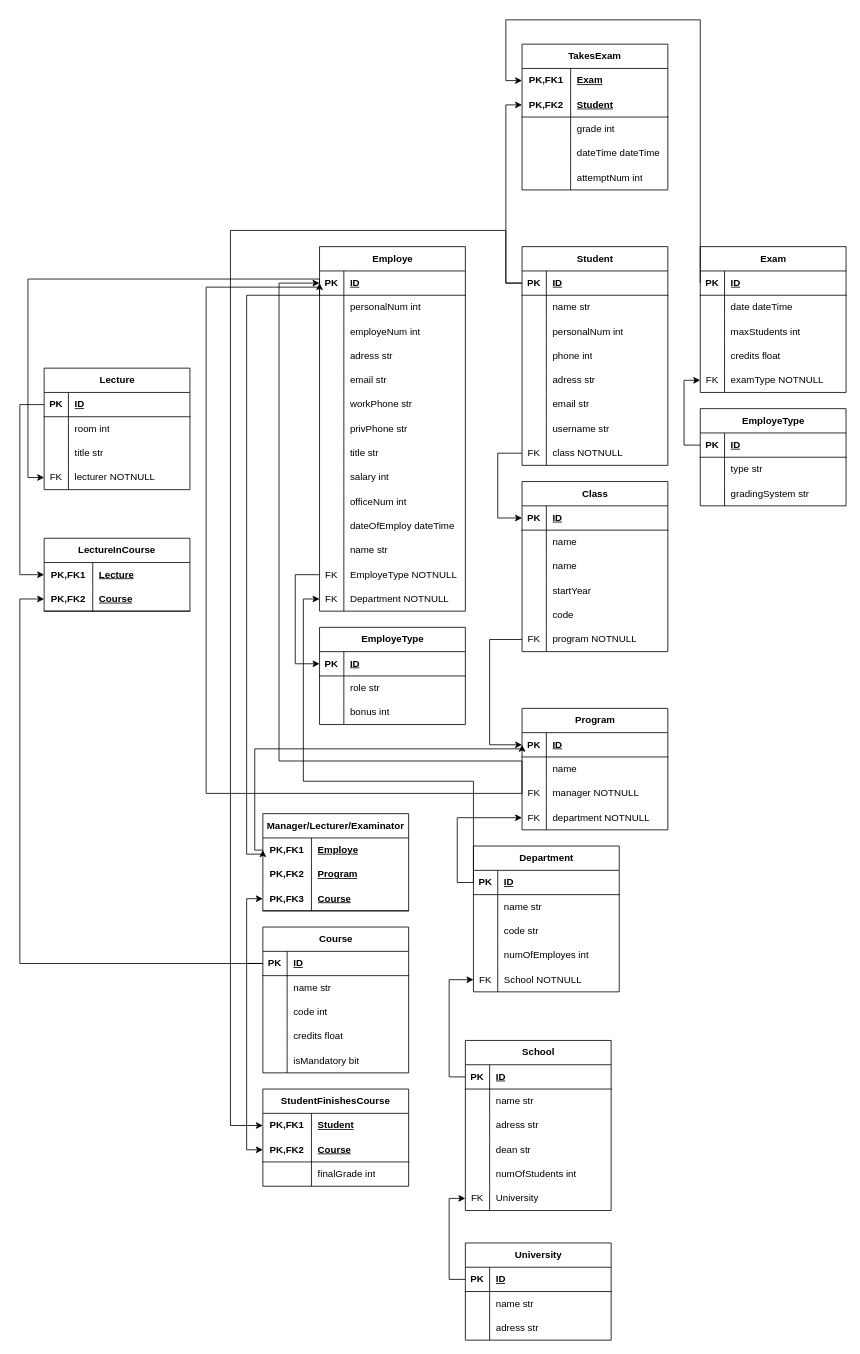
Above: Untitled Diagram.drawio in ekkecode/Blandat (draw.io), before the change. Source tidied: cells renumbered, new cells numbered last; positions are measured from the earlier drawing's top-left corner, leaving out a move shared by most shapes. Both pictures are drawn from the tidied source at 81%, with x=0, y=0 at pixel (19, 19).
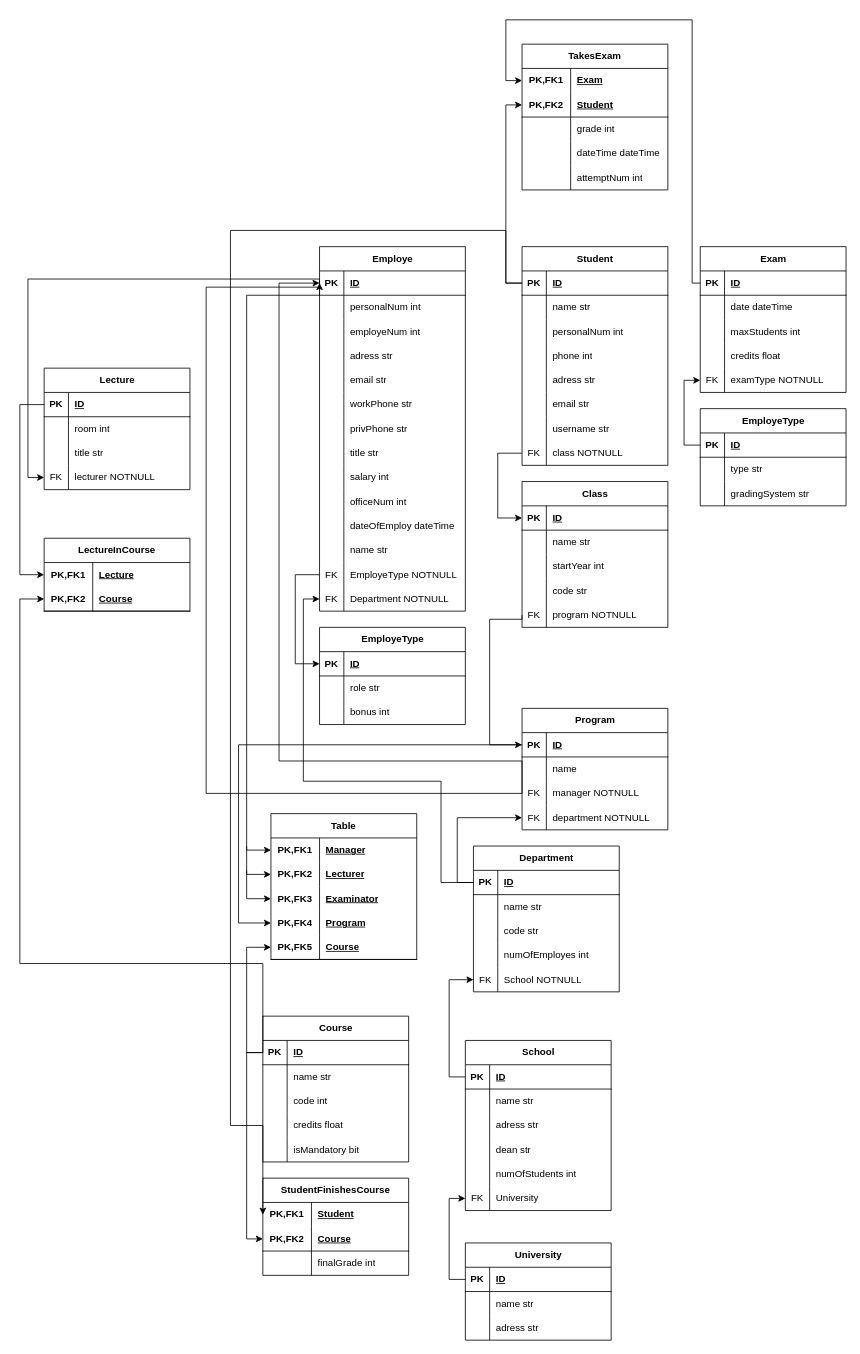
Above is the later version.

Unchanged cells that the change refers to:
```xml
<mxCell id="3" style="shape=tableRow;horizontal=0;startSize=0;swimlaneHead=0;swimlaneBody=0;fillColor=none;points=[[0,0.5],[1,0.5]];portConstraint=eastwest;top=0;left=0;right=0;bottom=1;" parent="2" vertex="1">
  <mxGeometry y="30" width="180" height="30" as="geometry" />
</mxCell>
<mxCell id="42" style="shape=tableRow;horizontal=0;startSize=0;swimlaneHead=0;swimlaneBody=0;fillColor=none;points=[[0,0.5],[1,0.5]];portConstraint=eastwest;top=0;left=0;right=0;bottom=0;" parent="2" vertex="1">
  <mxGeometry y="420" width="180" height="30" as="geometry" />
</mxCell>
<mxCell id="56" style="shape=tableRow;horizontal=0;startSize=0;swimlaneHead=0;swimlaneBody=0;fillColor=none;points=[[0,0.5],[1,0.5]];portConstraint=eastwest;top=0;left=0;right=0;bottom=1;" parent="55" vertex="1">
  <mxGeometry y="30" width="180" height="30" as="geometry" />
</mxCell>
<mxCell id="72" style="shape=tableRow;horizontal=0;startSize=0;swimlaneHead=0;swimlaneBody=0;fillColor=none;top=0;left=0;right=0;bottom=0;" parent="68" vertex="1">
  <mxGeometry y="60" width="180" height="30" as="geometry" />
</mxCell>
<mxCell id="116" style="shape=tableRow;horizontal=0;startSize=0;swimlaneHead=0;swimlaneBody=0;fillColor=none;points=[[0,0.5],[1,0.5]];portConstraint=eastwest;top=0;left=0;right=0;bottom=1;" parent="115" vertex="1">
  <mxGeometry y="30" width="180" height="30" as="geometry" />
</mxCell>
<mxCell id="143" style="shape=tableRow;horizontal=0;startSize=0;swimlaneHead=0;swimlaneBody=0;fillColor=none;points=[[0,0.5],[1,0.5]];portConstraint=eastwest;top=0;left=0;right=0;bottom=1;" parent="142" vertex="1">
  <mxGeometry y="30" width="180" height="30" as="geometry" />
</mxCell>
<mxCell id="174" style="shape=tableRow;horizontal=0;startSize=0;swimlaneHead=0;swimlaneBody=0;fillColor=none;points=[[0,0.5],[1,0.5]];portConstraint=eastwest;top=0;left=0;right=0;bottom=0;html=1;" parent="173" vertex="1">
  <mxGeometry y="30" width="180" height="30" as="geometry" />
</mxCell>
<mxCell id="227" style="shape=tableRow;horizontal=0;startSize=0;swimlaneHead=0;swimlaneBody=0;fillColor=none;points=[[0,0.5],[1,0.5]];portConstraint=eastwest;top=0;left=0;right=0;bottom=1;" parent="226" vertex="1">
  <mxGeometry y="30" width="180" height="30" as="geometry" />
</mxCell>
```

Change to the diagram source:
```diff
@@
     <mxCell id="68" value="Class" style="shape=table;startSize=30;childLayout=tableLayout;rowLines=0;fontStyle=1;align=center;html=1;" parent="1" vertex="1">
-      <mxGeometry x="620" y="570" width="180" height="210" as="geometry" />
+      <mxGeometry x="620" y="570" width="180" height="180" as="geometry" />
     </mxCell>
@@
-    <mxCell id="74" value="name" style="shape=partialRectangle;fillColor=none;top=0;left=0;bottom=0;right=0;align=left;spacingLeft=6;overflow=hidden;whiteSpace=wrap;html=1;" parent="72" vertex="1">
+    <mxCell id="74" value="name str" style="shape=partialRectangle;fillColor=none;top=0;left=0;bottom=0;right=0;align=left;spacingLeft=6;overflow=hidden;whiteSpace=wrap;html=1;" parent="72" vertex="1">
       <mxGeometry x="30" width="150" height="30" as="geometry" />
     </mxCell>
-    <mxCell id="75" style="shape=tableRow;horizontal=0;startSize=0;swimlaneHead=0;swimlaneBody=0;fillColor=none;top=0;left=0;right=0;bottom=0;" parent="68" vertex="1">
-      <mxGeometry y="90" width="180" height="30" as="geometry" />
-    </mxCell>
-    <mxCell id="76" style="shape=partialRectangle;fillColor=none;top=0;left=0;bottom=0;right=0;overflow=hidden;whiteSpace=wrap;html=1;" parent="75" vertex="1">
-      <mxGeometry width="30" height="30" as="geometry" />
-    </mxCell>
-    <mxCell id="77" value="name" style="shape=partialRectangle;fillColor=none;top=0;left=0;bottom=0;right=0;align=left;spacingLeft=6;overflow=hidden;whiteSpace=wrap;html=1;" parent="75" vertex="1">
-      <mxGeometry x="30" width="150" height="30" as="geometry" />
-    </mxCell>
     <mxCell id="78" style="shape=tableRow;horizontal=0;startSize=0;swimlaneHead=0;swimlaneBody=0;fillColor=none;top=0;left=0;right=0;bottom=0;" parent="68" vertex="1">
-      <mxGeometry y="120" width="180" height="30" as="geometry" />
+      <mxGeometry y="90" width="180" height="30" as="geometry" />
     </mxCell>
@@
-    <mxCell id="80" value="startYear" style="shape=partialRectangle;fillColor=none;top=0;left=0;bottom=0;right=0;align=left;spacingLeft=6;overflow=hidden;whiteSpace=wrap;html=1;" parent="78" vertex="1">
+    <mxCell id="80" value="startYear int" style="shape=partialRectangle;fillColor=none;top=0;left=0;bottom=0;right=0;align=left;spacingLeft=6;overflow=hidden;whiteSpace=wrap;html=1;" parent="78" vertex="1">
       <mxGeometry x="30" width="150" height="30" as="geometry" />
     </mxCell>
     <mxCell id="81" style="shape=tableRow;horizontal=0;startSize=0;swimlaneHead=0;swimlaneBody=0;fillColor=none;top=0;left=0;right=0;bottom=0;" parent="68" vertex="1">
-      <mxGeometry y="150" width="180" height="30" as="geometry" />
+      <mxGeometry y="120" width="180" height="30" as="geometry" />
     </mxCell>
@@
-    <mxCell id="83" value="code" style="shape=partialRectangle;fillColor=none;top=0;left=0;bottom=0;right=0;align=left;spacingLeft=6;overflow=hidden;whiteSpace=wrap;html=1;" parent="81" vertex="1">
+    <mxCell id="83" value="code str" style="shape=partialRectangle;fillColor=none;top=0;left=0;bottom=0;right=0;align=left;spacingLeft=6;overflow=hidden;whiteSpace=wrap;html=1;" parent="81" vertex="1">
       <mxGeometry x="30" width="150" height="30" as="geometry" />
     </mxCell>
     <mxCell id="84" style="shape=tableRow;horizontal=0;startSize=0;swimlaneHead=0;swimlaneBody=0;fillColor=none;points=[[0,0.5],[1,0.5]];portConstraint=eastwest;top=0;left=0;right=0;bottom=0;" parent="68" vertex="1">
-      <mxGeometry y="180" width="180" height="30" as="geometry" />
+      <mxGeometry y="150" width="180" height="30" as="geometry" />
     </mxCell>
@@
     <mxCell id="142" value="Course" style="shape=table;startSize=30;childLayout=tableLayout;rowLines=0;fontStyle=1;align=center;html=1;" parent="1" vertex="1">
-      <mxGeometry x="300" y="1120" width="180" height="180" as="geometry" />
+      <mxGeometry x="300" y="1230" width="180" height="180" as="geometry" />
     </mxCell>
@@
-    <mxCell id="158" value="Manager/Lecturer/Examinator" style="shape=table;startSize=30;childLayout=tableLayout;rowLines=0;fontStyle=1;align=center;html=1;whiteSpace=wrap;" parent="1" vertex="1">
-      <mxGeometry x="300" y="980" width="180" height="120" as="geometry" />
-    </mxCell>
-    <mxCell id="159" style="shape=tableRow;horizontal=0;startSize=0;swimlaneHead=0;swimlaneBody=0;fillColor=none;points=[[0,0.5],[1,0.5]];portConstraint=eastwest;top=0;left=0;right=0;bottom=0;html=1;" parent="158" vertex="1">
-      <mxGeometry y="30" width="180" height="30" as="geometry" />
-    </mxCell>
-    <mxCell id="160" value="PK,FK1" style="shape=partialRectangle;fillColor=none;top=0;left=0;bottom=0;right=0;fontStyle=1;overflow=hidden;html=1;whiteSpace=wrap;" parent="159" vertex="1">
-      <mxGeometry width="60" height="30" as="geometry" />
-    </mxCell>
-    <mxCell id="161" value="Employe" style="shape=partialRectangle;fillColor=none;top=0;left=0;bottom=0;right=0;align=left;spacingLeft=6;fontStyle=5;overflow=hidden;html=1;whiteSpace=wrap;" parent="159" vertex="1">
-      <mxGeometry x="60" width="120" height="30" as="geometry" />
-    </mxCell>
-    <mxCell id="162" style="shape=tableRow;horizontal=0;startSize=0;swimlaneHead=0;swimlaneBody=0;fillColor=none;points=[[0,0.5],[1,0.5]];portConstraint=eastwest;top=0;left=0;right=0;bottom=0;html=1;" parent="158" vertex="1">
-      <mxGeometry y="60" width="180" height="30" as="geometry" />
-    </mxCell>
-    <mxCell id="163" value="PK,FK2" style="shape=partialRectangle;fillColor=none;top=0;left=0;bottom=0;right=0;fontStyle=1;overflow=hidden;html=1;whiteSpace=wrap;" parent="162" vertex="1">
-      <mxGeometry width="60" height="30" as="geometry" />
-    </mxCell>
-    <mxCell id="164" value="Program" style="shape=partialRectangle;fillColor=none;top=0;left=0;bottom=0;right=0;align=left;spacingLeft=6;fontStyle=5;overflow=hidden;html=1;whiteSpace=wrap;" parent="162" vertex="1">
-      <mxGeometry x="60" width="120" height="30" as="geometry" />
-    </mxCell>
-    <mxCell id="165" style="shape=tableRow;horizontal=0;startSize=0;swimlaneHead=0;swimlaneBody=0;fillColor=none;points=[[0,0.5],[1,0.5]];portConstraint=eastwest;top=0;left=0;right=0;bottom=1;html=1;" parent="158" vertex="1">
-      <mxGeometry y="90" width="180" height="30" as="geometry" />
-    </mxCell>
-    <mxCell id="166" value="PK,FK3" style="shape=partialRectangle;fillColor=none;top=0;left=0;bottom=0;right=0;fontStyle=1;overflow=hidden;html=1;whiteSpace=wrap;" parent="165" vertex="1">
-      <mxGeometry width="60" height="30" as="geometry" />
-    </mxCell>
-    <mxCell id="167" value="Course" style="shape=partialRectangle;fillColor=none;top=0;left=0;bottom=0;right=0;align=left;spacingLeft=6;fontStyle=5;overflow=hidden;html=1;whiteSpace=wrap;" parent="165" vertex="1">
-      <mxGeometry x="60" width="120" height="30" as="geometry" />
-    </mxCell>
     <mxCell id="168" style="edgeStyle=orthogonalEdgeStyle;rounded=0;jettySize=auto;html=1;exitX=0;exitY=0.5;exitDx=0;exitDy=0;entryX=0;entryY=0.5;entryDx=0;entryDy=0;" parent="1" edge="1" source="3" target="159">
       <mxGeometry relative="1" as="geometry">
         <Array as="points">
           <mxPoint x="370" y="340" />
           <mxPoint x="280" y="340" />
-          <mxPoint x="280" y="1030" />
-          <mxPoint x="300" y="1030" />
+          <mxPoint x="280" y="1025" />
         </Array>
       </mxGeometry>
     </mxCell>
-    <mxCell id="169" style="edgeStyle=orthogonalEdgeStyle;rounded=0;jettySize=auto;html=1;exitX=0;exitY=0.5;exitDx=0;exitDy=0;entryX=0;entryY=0.5;entryDx=0;entryDy=0;" parent="1" edge="1" source="143" target="165">
-      <mxGeometry relative="1" as="geometry" />
-    </mxCell>
-    <mxCell id="170" style="edgeStyle=orthogonalEdgeStyle;rounded=0;jettySize=auto;html=1;exitX=0;exitY=0.5;exitDx=0;exitDy=0;entryX=0;entryY=0.5;entryDx=0;entryDy=0;" parent="1" edge="1" source="159" target="56">
-      <mxGeometry relative="1" as="geometry">
-        <Array as="points">
-          <mxPoint x="290" y="1025" />
-          <mxPoint x="290" y="900" />
-          <mxPoint x="620" y="900" />
-        </Array>
-      </mxGeometry>
-    </mxCell>
     <mxCell id="171" style="edgeStyle=orthogonalEdgeStyle;rounded=0;jettySize=auto;html=1;exitX=0;exitY=0.5;exitDx=0;exitDy=0;entryX=0;entryY=0.5;entryDx=0;entryDy=0;" parent="1" edge="1" source="84" target="56">
       <mxGeometry relative="1" as="geometry">
         <Array as="points">
-          <mxPoint x="580" y="765" />
+          <mxPoint x="620" y="740" />
+          <mxPoint x="580" y="740" />
           <mxPoint x="580" y="895" />
         </Array>
       </mxGeometry>
     </mxCell>
@@
     <mxCell id="189" style="edgeStyle=orthogonalEdgeStyle;rounded=0;jettySize=auto;html=1;exitX=0;exitY=0.5;exitDx=0;exitDy=0;entryX=0;entryY=0.5;entryDx=0;entryDy=0;" parent="1" edge="1" source="116" target="174">
       <mxGeometry relative="1" as="geometry">
         <Array as="points">
-          <mxPoint x="840" />
+          <mxPoint x="830" y="325" />
+          <mxPoint x="830" />
           <mxPoint x="600" />
           <mxPoint x="600" y="75" />
         </Array>
       </mxGeometry>
     </mxCell>
@@
     <mxCell id="191" value="StudentFinishesCourse" style="shape=table;startSize=30;childLayout=tableLayout;rowLines=0;fontStyle=1;align=center;html=1;whiteSpace=wrap;" parent="1" vertex="1">
-      <mxGeometry x="300" y="1320" width="180" height="120" as="geometry" />
+      <mxGeometry x="300" y="1430" width="180" height="120" as="geometry" />
     </mxCell>
@@
     <mxCell id="243" style="edgeStyle=orthogonalEdgeStyle;rounded=0;jettySize=auto;html=1;exitX=0;exitY=0.5;exitDx=0;exitDy=0;entryX=0;entryY=0.5;entryDx=0;entryDy=0;" parent="1" edge="1" source="227" target="42">
       <mxGeometry relative="1" as="geometry">
         <Array as="points">
-          <mxPoint x="560" y="940" />
+          <mxPoint x="520" y="1065" />
+          <mxPoint x="520" y="940" />
           <mxPoint x="350" y="940" />
           <mxPoint x="350" y="715" />
         </Array>
       </mxGeometry>
     </mxCell>
@@
+    <mxCell id="275" style="edgeStyle=orthogonalEdgeStyle;rounded=0;jettySize=auto;html=1;exitX=0;exitY=0.5;exitDx=0;exitDy=0;entryX=0;entryY=0.5;entryDx=0;entryDy=0;" parent="1" edge="1" source="56" target="281">
+      <mxGeometry relative="1" as="geometry">
+        <Array as="points">
+          <mxPoint x="270" y="895" />
+          <mxPoint x="270" y="1115" />
+        </Array>
+      </mxGeometry>
+    </mxCell>
+    <mxCell id="276" value="Table" style="shape=table;startSize=30;childLayout=tableLayout;rowLines=0;fontStyle=1;align=center;html=1;whiteSpace=wrap;" parent="1" vertex="1">
+      <mxGeometry x="310" y="980" width="180" height="180" as="geometry" />
+    </mxCell>
+    <mxCell id="159" style="shape=tableRow;horizontal=0;startSize=0;swimlaneHead=0;swimlaneBody=0;fillColor=none;points=[[0,0.5],[1,0.5]];portConstraint=eastwest;top=0;left=0;right=0;bottom=0;html=1;" parent="276" vertex="1">
+      <mxGeometry y="30" width="180" height="30" as="geometry" />
+    </mxCell>
+    <mxCell id="160" value="PK,FK1" style="shape=partialRectangle;fillColor=none;top=0;left=0;bottom=0;right=0;fontStyle=1;overflow=hidden;html=1;whiteSpace=wrap;" parent="159" vertex="1">
+      <mxGeometry width="60" height="30" as="geometry" />
+    </mxCell>
+    <mxCell id="277" value="Manager" style="shape=partialRectangle;fillColor=none;top=0;left=0;bottom=0;right=0;align=left;spacingLeft=6;fontStyle=5;overflow=hidden;html=1;whiteSpace=wrap;" parent="159" vertex="1">
+      <mxGeometry x="60" width="120" height="30" as="geometry" />
+    </mxCell>
+    <mxCell id="162" style="shape=tableRow;horizontal=0;startSize=0;swimlaneHead=0;swimlaneBody=0;fillColor=none;points=[[0,0.5],[1,0.5]];portConstraint=eastwest;top=0;left=0;right=0;bottom=0;html=1;" parent="276" vertex="1">
+      <mxGeometry y="60" width="180" height="30" as="geometry" />
+    </mxCell>
+    <mxCell id="163" value="PK,FK2" style="shape=partialRectangle;fillColor=none;top=0;left=0;bottom=0;right=0;fontStyle=1;overflow=hidden;html=1;whiteSpace=wrap;" parent="162" vertex="1">
+      <mxGeometry width="60" height="30" as="geometry" />
+    </mxCell>
+    <mxCell id="278" value="Lecturer" style="shape=partialRectangle;fillColor=none;top=0;left=0;bottom=0;right=0;align=left;spacingLeft=6;fontStyle=5;overflow=hidden;html=1;whiteSpace=wrap;" parent="162" vertex="1">
+      <mxGeometry x="60" width="120" height="30" as="geometry" />
+    </mxCell>
+    <mxCell id="279" style="shape=tableRow;horizontal=0;startSize=0;swimlaneHead=0;swimlaneBody=0;fillColor=none;points=[[0,0.5],[1,0.5]];portConstraint=eastwest;top=0;left=0;right=0;bottom=0;html=1;" parent="276" vertex="1">
+      <mxGeometry y="90" width="180" height="30" as="geometry" />
+    </mxCell>
+    <mxCell id="166" value="PK,FK3" style="shape=partialRectangle;fillColor=none;top=0;left=0;bottom=0;right=0;fontStyle=1;overflow=hidden;html=1;whiteSpace=wrap;" parent="279" vertex="1">
+      <mxGeometry width="60" height="30" as="geometry" />
+    </mxCell>
+    <mxCell id="280" value="Examinator" style="shape=partialRectangle;fillColor=none;top=0;left=0;bottom=0;right=0;align=left;spacingLeft=6;fontStyle=5;overflow=hidden;html=1;whiteSpace=wrap;" parent="279" vertex="1">
+      <mxGeometry x="60" width="120" height="30" as="geometry" />
+    </mxCell>
+    <mxCell id="281" style="shape=tableRow;horizontal=0;startSize=0;swimlaneHead=0;swimlaneBody=0;fillColor=none;points=[[0,0.5],[1,0.5]];portConstraint=eastwest;top=0;left=0;right=0;bottom=0;html=1;" parent="276" vertex="1">
+      <mxGeometry y="120" width="180" height="30" as="geometry" />
+    </mxCell>
+    <mxCell id="282" value="PK,FK4" style="shape=partialRectangle;fillColor=none;top=0;left=0;bottom=0;right=0;fontStyle=1;overflow=hidden;html=1;whiteSpace=wrap;" parent="281" vertex="1">
+      <mxGeometry width="60" height="30" as="geometry" />
+    </mxCell>
+    <mxCell id="164" value="Program" style="shape=partialRectangle;fillColor=none;top=0;left=0;bottom=0;right=0;align=left;spacingLeft=6;fontStyle=5;overflow=hidden;html=1;whiteSpace=wrap;" parent="281" vertex="1">
+      <mxGeometry x="60" width="120" height="30" as="geometry" />
+    </mxCell>
+    <mxCell id="283" style="shape=tableRow;horizontal=0;startSize=0;swimlaneHead=0;swimlaneBody=0;fillColor=none;points=[[0,0.5],[1,0.5]];portConstraint=eastwest;top=0;left=0;right=0;bottom=1;html=1;" parent="276" vertex="1">
+      <mxGeometry y="150" width="180" height="30" as="geometry" />
+    </mxCell>
+    <mxCell id="284" value="PK,FK5" style="shape=partialRectangle;fillColor=none;top=0;left=0;bottom=0;right=0;fontStyle=1;overflow=hidden;html=1;whiteSpace=wrap;" parent="283" vertex="1">
+      <mxGeometry width="60" height="30" as="geometry" />
+    </mxCell>
+    <mxCell id="167" value="Course" style="shape=partialRectangle;fillColor=none;top=0;left=0;bottom=0;right=0;align=left;spacingLeft=6;fontStyle=5;overflow=hidden;html=1;whiteSpace=wrap;" parent="283" vertex="1">
+      <mxGeometry x="60" width="120" height="30" as="geometry" />
+    </mxCell>
+    <mxCell id="285" style="endArrow=classic;html=1;rounded=0;entryX=0;entryY=0.5;entryDx=0;entryDy=0;" parent="1" edge="1" target="162">
+      <mxGeometry relative="1" as="geometry">
+        <mxPoint x="280" y="1020" as="sourcePoint" />
+        <Array as="points">
+          <mxPoint x="280" y="1055" />
+        </Array>
+      </mxGeometry>
+    </mxCell>
+    <mxCell id="286" style="endArrow=classic;html=1;rounded=0;entryX=0;entryY=0.5;entryDx=0;entryDy=0;" parent="1" edge="1" target="279">
+      <mxGeometry relative="1" as="geometry">
+        <mxPoint x="280" y="1050" as="sourcePoint" />
+        <Array as="points">
+          <mxPoint x="280" y="1085" />
+        </Array>
+      </mxGeometry>
+    </mxCell>
+    <mxCell id="287" style="edgeStyle=orthogonalEdgeStyle;rounded=0;jettySize=auto;html=1;exitX=0;exitY=0.5;exitDx=0;exitDy=0;entryX=0;entryY=0.5;entryDx=0;entryDy=0;" parent="1" edge="1" source="143" target="283">
+      <mxGeometry relative="1" as="geometry" />
+    </mxCell>
```
